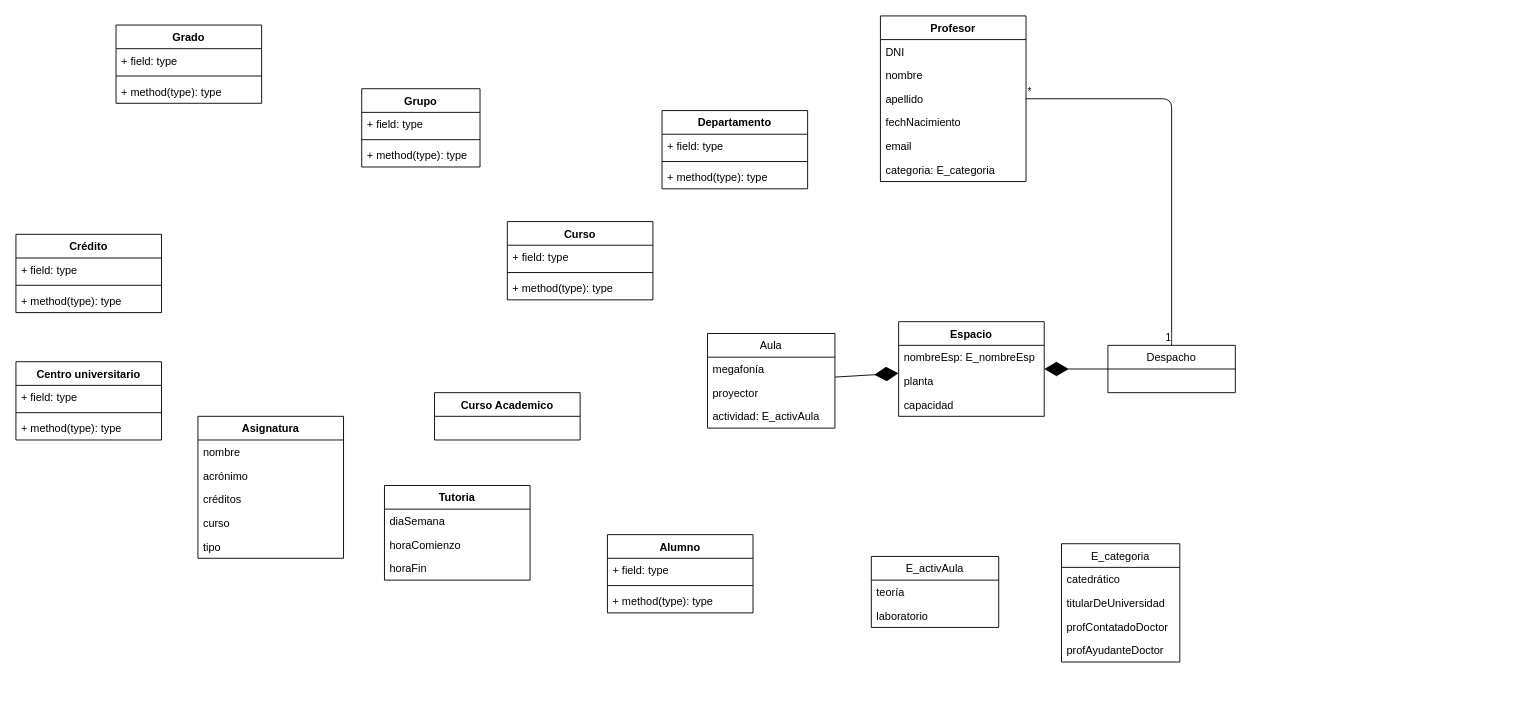
albertobemo7/Draw.io keeps this draw.io diagram as Untitled Diagram.drawio. Above is the earlier version. Source tidied: cells renumbered, new cells numbered last; positions are measured from the earlier drawing's top-left corner, leaving out a move shared by most shapes. Both pictures are drawn from the tidied source at 91%, with x=0, y=0 at pixel (15, 15).
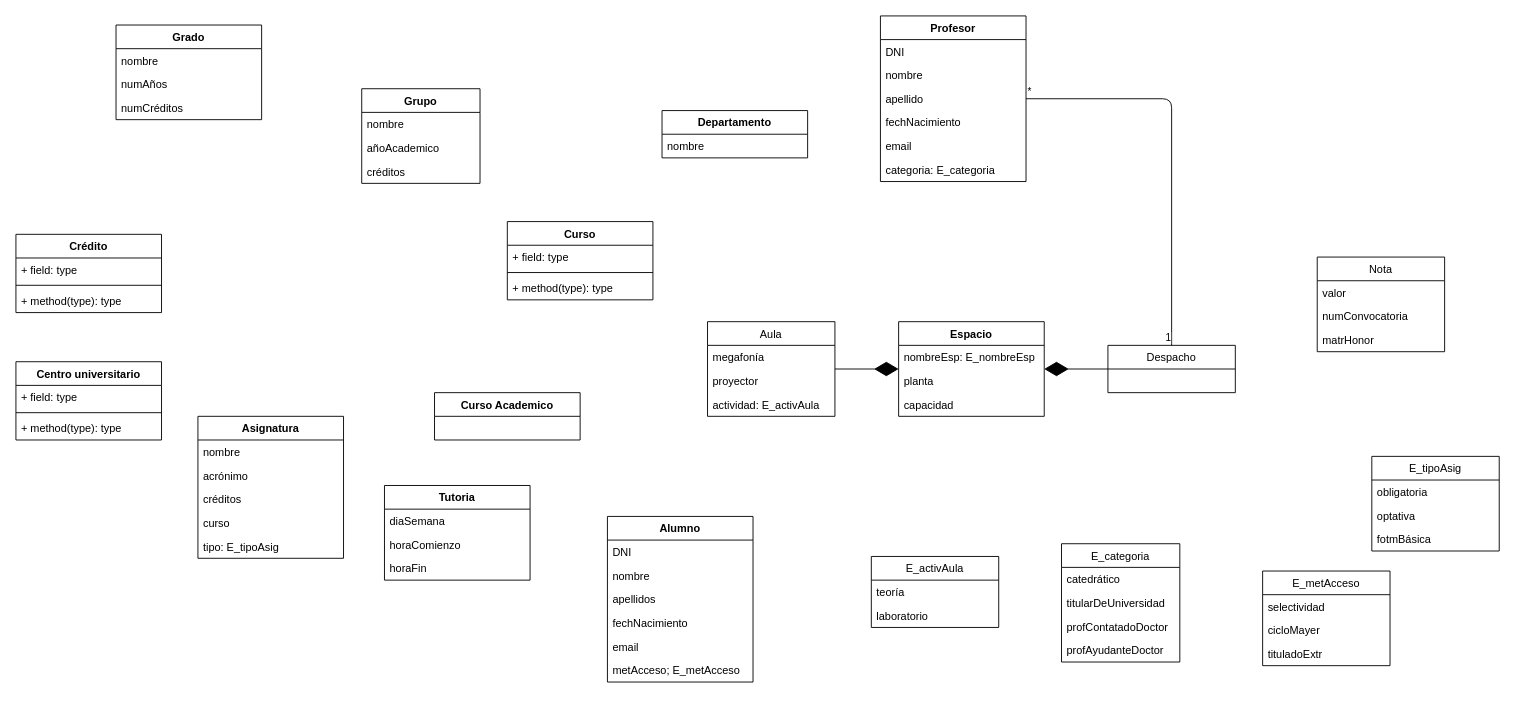
Above is the later version.

Commit message:
E1-ISSI-1-albbenmor

Unchanged cells that the change refers to:
```xml
<mxCell id="7" value="Asignatura" style="swimlane;fontStyle=1;align=center;verticalAlign=top;horizontal=1;startSize=26;" parent="1" vertex="1">
  <mxGeometry x="200" y="440" width="160" height="156" as="geometry" />
</mxCell>
```

Change to the diagram source:
```diff
@@
     <mxCell id="2" value="Alumno" style="swimlane;fontStyle=1;align=center;verticalAlign=top;horizontal=1;startSize=26;" parent="1" vertex="1">
-      <mxGeometry x="650" y="570" width="160" height="86" as="geometry" />
+      <mxGeometry x="650" y="550" width="160" height="182" as="geometry" />
     </mxCell>
+    <mxCell id="70" value="DNI" style="text;strokeColor=none;fillColor=none;align=left;verticalAlign=top;spacingLeft=4;spacingRight=4;overflow=hidden;" parent="2" vertex="1">
+      <mxGeometry y="26" width="160" height="26" as="geometry" />
+    </mxCell>
+    <mxCell id="71" value="nombre" style="text;strokeColor=none;fillColor=none;align=left;verticalAlign=top;spacingLeft=4;spacingRight=4;overflow=hidden;" parent="2" vertex="1">
+      <mxGeometry y="52" width="160" height="26" as="geometry" />
+    </mxCell>
+    <mxCell id="72" value="apellidos" style="text;strokeColor=none;fillColor=none;align=left;verticalAlign=top;spacingLeft=4;spacingRight=4;overflow=hidden;" parent="2" vertex="1">
+      <mxGeometry y="78" width="160" height="26" as="geometry" />
+    </mxCell>
+    <mxCell id="73" value="fechNacimiento" style="text;strokeColor=none;fillColor=none;align=left;verticalAlign=top;spacingLeft=4;spacingRight=4;overflow=hidden;" parent="2" vertex="1">
+      <mxGeometry y="104" width="160" height="26" as="geometry" />
+    </mxCell>
+    <mxCell id="74" value="email" style="text;strokeColor=none;fillColor=none;align=left;verticalAlign=top;spacingLeft=4;spacingRight=4;overflow=hidden;" parent="2" vertex="1">
+      <mxGeometry y="130" width="160" height="26" as="geometry" />
+    </mxCell>
-    <mxCell id="3" value="+ field: type" style="text;strokeColor=none;fillColor=none;align=left;verticalAlign=top;spacingLeft=4;spacingRight=4;overflow=hidden;" parent="2" vertex="1">
-      <mxGeometry y="26" width="160" height="26" as="geometry" />
+    <mxCell id="3" value="metAcceso; E_metAcceso" style="text;strokeColor=none;fillColor=none;align=left;verticalAlign=top;spacingLeft=4;spacingRight=4;overflow=hidden;" parent="2" vertex="1">
+      <mxGeometry y="156" width="160" height="26" as="geometry" />
     </mxCell>
-    <mxCell id="4" style="line;strokeWidth=1;fillColor=none;align=left;verticalAlign=middle;spacingTop=-1;spacingLeft=3;spacingRight=3;labelPosition=right;" parent="2" vertex="1">
-      <mxGeometry y="52" width="160" height="8" as="geometry" />
-    </mxCell>
-    <mxCell id="5" value="+ method(type): type" style="text;strokeColor=none;fillColor=none;align=left;verticalAlign=top;spacingLeft=4;spacingRight=4;overflow=hidden;" parent="2" vertex="1">
-      <mxGeometry y="60" width="160" height="26" as="geometry" />
-    </mxCell>
@@
-    <mxCell id="12" value="tipo" style="text;strokeColor=none;fillColor=none;align=left;verticalAlign=top;spacingLeft=4;spacingRight=4;overflow=hidden;" parent="7" vertex="1">
+    <mxCell id="12" value="tipo: E_tipoAsig" style="text;strokeColor=none;fillColor=none;align=left;verticalAlign=top;spacingLeft=4;spacingRight=4;overflow=hidden;" parent="7" vertex="1">
       <mxGeometry y="130" width="160" height="26" as="geometry" />
     </mxCell>
     <mxCell id="13" value="Grado" style="swimlane;fontStyle=1;align=center;verticalAlign=top;horizontal=1;startSize=26;" parent="1" vertex="1">
-      <mxGeometry x="110" y="10" width="160" height="86" as="geometry" />
+      <mxGeometry x="110" y="10" width="160" height="104" as="geometry" />
     </mxCell>
+    <mxCell id="75" value="nombre" style="text;strokeColor=none;fillColor=none;align=left;verticalAlign=top;spacingLeft=4;spacingRight=4;overflow=hidden;" parent="13" vertex="1">
+      <mxGeometry y="26" width="160" height="26" as="geometry" />
+    </mxCell>
+    <mxCell id="76" value="numAños" style="text;strokeColor=none;fillColor=none;align=left;verticalAlign=top;spacingLeft=4;spacingRight=4;overflow=hidden;" parent="13" vertex="1">
+      <mxGeometry y="52" width="160" height="26" as="geometry" />
+    </mxCell>
-    <mxCell id="14" value="+ field: type" style="text;strokeColor=none;fillColor=none;align=left;verticalAlign=top;spacingLeft=4;spacingRight=4;overflow=hidden;" parent="13" vertex="1">
-      <mxGeometry y="26" width="160" height="26" as="geometry" />
+    <mxCell id="14" value="numCréditos" style="text;strokeColor=none;fillColor=none;align=left;verticalAlign=top;spacingLeft=4;spacingRight=4;overflow=hidden;" parent="13" vertex="1">
+      <mxGeometry y="78" width="160" height="26" as="geometry" />
     </mxCell>
-    <mxCell id="15" style="line;strokeWidth=1;fillColor=none;align=left;verticalAlign=middle;spacingTop=-1;spacingLeft=3;spacingRight=3;labelPosition=right;" parent="13" vertex="1">
-      <mxGeometry y="52" width="160" height="8" as="geometry" />
-    </mxCell>
-    <mxCell id="16" value="+ method(type): type" style="text;strokeColor=none;fillColor=none;align=left;verticalAlign=top;spacingLeft=4;spacingRight=4;overflow=hidden;" parent="13" vertex="1">
-      <mxGeometry y="60" width="160" height="26" as="geometry" />
-    </mxCell>
@@
     <mxCell id="29" value="Departamento" style="swimlane;fontStyle=1;align=center;verticalAlign=top;horizontal=1;startSize=26;" parent="1" vertex="1">
-      <mxGeometry x="710" y="104" width="160" height="86" as="geometry" />
+      <mxGeometry x="710" y="104" width="160" height="52" as="geometry" />
     </mxCell>
-    <mxCell id="30" value="+ field: type" style="text;strokeColor=none;fillColor=none;align=left;verticalAlign=top;spacingLeft=4;spacingRight=4;overflow=hidden;" parent="29" vertex="1">
+    <mxCell id="30" value="nombre" style="text;strokeColor=none;fillColor=none;align=left;verticalAlign=top;spacingLeft=4;spacingRight=4;overflow=hidden;" parent="29" vertex="1">
       <mxGeometry y="26" width="160" height="26" as="geometry" />
     </mxCell>
-    <mxCell id="31" style="line;strokeWidth=1;fillColor=none;align=left;verticalAlign=middle;spacingTop=-1;spacingLeft=3;spacingRight=3;labelPosition=right;" parent="29" vertex="1">
-      <mxGeometry y="52" width="160" height="8" as="geometry" />
-    </mxCell>
-    <mxCell id="32" value="+ method(type): type" style="text;strokeColor=none;fillColor=none;align=left;verticalAlign=top;spacingLeft=4;spacingRight=4;overflow=hidden;" parent="29" vertex="1">
-      <mxGeometry y="60" width="160" height="26" as="geometry" />
-    </mxCell>
     <mxCell id="33" value="Grupo" style="swimlane;fontStyle=1;align=center;verticalAlign=top;horizontal=1;startSize=26;" parent="1" vertex="1">
-      <mxGeometry x="380" y="80" width="130" height="86" as="geometry" />
+      <mxGeometry x="380" y="80" width="130" height="104" as="geometry" />
     </mxCell>
+    <mxCell id="77" value="nombre" style="text;strokeColor=none;fillColor=none;align=left;verticalAlign=top;spacingLeft=4;spacingRight=4;overflow=hidden;" parent="33" vertex="1">
+      <mxGeometry y="26" width="130" height="26" as="geometry" />
+    </mxCell>
+    <mxCell id="78" value="añoAcademico" style="text;strokeColor=none;fillColor=none;align=left;verticalAlign=top;spacingLeft=4;spacingRight=4;overflow=hidden;" parent="33" vertex="1">
+      <mxGeometry y="52" width="130" height="26" as="geometry" />
+    </mxCell>
-    <mxCell id="34" value="+ field: type" style="text;strokeColor=none;fillColor=none;align=left;verticalAlign=top;spacingLeft=4;spacingRight=4;overflow=hidden;" parent="33" vertex="1">
-      <mxGeometry y="26" width="130" height="26" as="geometry" />
+    <mxCell id="34" value="créditos" style="text;strokeColor=none;fillColor=none;align=left;verticalAlign=top;spacingLeft=4;spacingRight=4;overflow=hidden;" parent="33" vertex="1">
+      <mxGeometry y="78" width="130" height="26" as="geometry" />
     </mxCell>
-    <mxCell id="35" style="line;strokeWidth=1;fillColor=none;align=left;verticalAlign=middle;spacingTop=-1;spacingLeft=3;spacingRight=3;labelPosition=right;" parent="33" vertex="1">
-      <mxGeometry y="52" width="130" height="8" as="geometry" />
-    </mxCell>
-    <mxCell id="36" value="+ method(type): type" style="text;strokeColor=none;fillColor=none;align=left;verticalAlign=top;spacingLeft=4;spacingRight=4;overflow=hidden;" parent="33" vertex="1">
-      <mxGeometry y="60" width="130" height="26" as="geometry" />
-    </mxCell>
@@
     <mxCell id="57" value="Aula" style="swimlane;fontStyle=0;horizontal=1;startSize=26;fillColor=none;" parent="1" vertex="1">
-      <mxGeometry x="760" y="349" width="140" height="104" as="geometry" />
+      <mxGeometry x="760" y="336" width="140" height="104" as="geometry" />
     </mxCell>
@@
+    <mxCell id="79" value="E_tipoAsig" style="swimlane;fontStyle=0;horizontal=1;startSize=26;fillColor=none;" parent="1" vertex="1">
+      <mxGeometry x="1490" y="484" width="140" height="104" as="geometry" />
+    </mxCell>
+    <mxCell id="80" value="obligatoria" style="text;strokeColor=none;fillColor=none;align=left;verticalAlign=top;spacingLeft=4;spacingRight=4;overflow=hidden;" parent="79" vertex="1">
+      <mxGeometry y="26" width="140" height="26" as="geometry" />
+    </mxCell>
+    <mxCell id="81" value="optativa" style="text;strokeColor=none;fillColor=none;align=left;verticalAlign=top;spacingLeft=4;spacingRight=4;overflow=hidden;" parent="79" vertex="1">
+      <mxGeometry y="52" width="140" height="26" as="geometry" />
+    </mxCell>
+    <mxCell id="82" value="fotmBásica" style="text;strokeColor=none;fillColor=none;align=left;verticalAlign=top;spacingLeft=4;spacingRight=4;overflow=hidden;" parent="79" vertex="1">
+      <mxGeometry y="78" width="140" height="26" as="geometry" />
+    </mxCell>
+    <mxCell id="83" value="E_metAcceso" style="swimlane;fontStyle=0;horizontal=1;startSize=26;fillColor=none;" parent="1" vertex="1">
+      <mxGeometry x="1370" y="610" width="140" height="104" as="geometry" />
+    </mxCell>
+    <mxCell id="84" value="selectividad" style="text;strokeColor=none;fillColor=none;align=left;verticalAlign=top;spacingLeft=4;spacingRight=4;overflow=hidden;" parent="83" vertex="1">
+      <mxGeometry y="26" width="140" height="26" as="geometry" />
+    </mxCell>
+    <mxCell id="85" value="cicloMayer" style="text;strokeColor=none;fillColor=none;align=left;verticalAlign=top;spacingLeft=4;spacingRight=4;overflow=hidden;" parent="83" vertex="1">
+      <mxGeometry y="52" width="140" height="26" as="geometry" />
+    </mxCell>
+    <mxCell id="86" value="tituladoExtr" style="text;strokeColor=none;fillColor=none;align=left;verticalAlign=top;spacingLeft=4;spacingRight=4;overflow=hidden;" parent="83" vertex="1">
+      <mxGeometry y="78" width="140" height="26" as="geometry" />
+    </mxCell>
+    <mxCell id="87" value="Nota" style="swimlane;fontStyle=0;horizontal=1;startSize=26;fillColor=none;" parent="1" vertex="1">
+      <mxGeometry x="1430" y="265" width="140" height="104" as="geometry" />
+    </mxCell>
+    <mxCell id="88" value="valor" style="text;strokeColor=none;fillColor=none;align=left;verticalAlign=top;spacingLeft=4;spacingRight=4;overflow=hidden;" parent="87" vertex="1">
+      <mxGeometry y="26" width="140" height="26" as="geometry" />
+    </mxCell>
+    <mxCell id="89" value="numConvocatoria" style="text;strokeColor=none;fillColor=none;align=left;verticalAlign=top;spacingLeft=4;spacingRight=4;overflow=hidden;" parent="87" vertex="1">
+      <mxGeometry y="52" width="140" height="26" as="geometry" />
+    </mxCell>
+    <mxCell id="90" value="matrHonor" style="text;strokeColor=none;fillColor=none;align=left;verticalAlign=top;spacingLeft=4;spacingRight=4;overflow=hidden;" parent="87" vertex="1">
+      <mxGeometry y="78" width="140" height="26" as="geometry" />
+    </mxCell>
```
